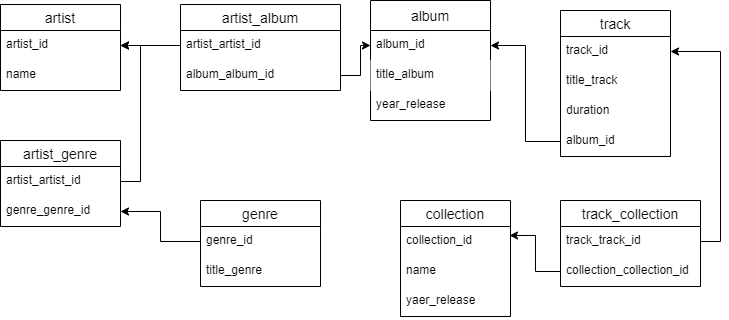
The draw.io diagram Homework3/musik_site.png in yalexeryal/SQL, before a commit. Source tidied: cells renumbered, new cells last; positions are measured from the earlier drawing's top-left corner, leaving out a move shared by most shapes.
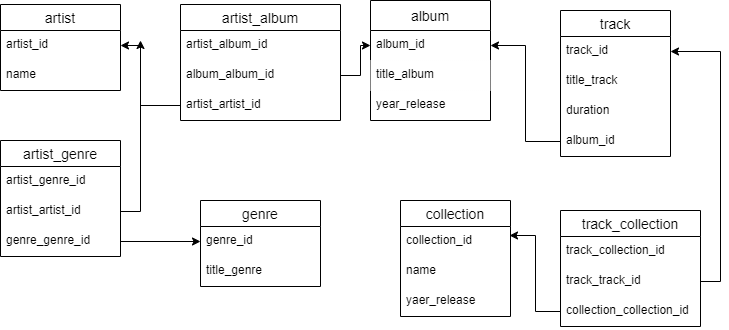
After the commit.

The edit, as a diff of the source:
```diff
@@ -50,29 +50,32 @@
     <mxCell id="17" value="name" style="text;strokeColor=none;fillColor=none;spacingLeft=4;spacingRight=4;overflow=hidden;fontSize=12;" parent="15" vertex="1">
       <mxGeometry y="56" width="120" height="30" as="geometry" />
     </mxCell>
-    <mxCell id="18" style="edgeStyle=orthogonalEdgeStyle;rounded=0;jettySize=auto;html=1;exitX=0;exitY=0.5;exitDx=0;exitDy=0;" parent="1" edge="1" source="20" target="16">
-      <mxGeometry relative="1" as="geometry" />
-    </mxCell>
     <mxCell id="19" value="artist_album" style="swimlane;fontStyle=0;horizontal=1;startSize=26;align=center;fontSize=14;" parent="1" vertex="1">
-      <mxGeometry x="180" y="4" width="160" height="86" as="geometry" />
+      <mxGeometry x="180" y="4" width="160" height="116" as="geometry" />
     </mxCell>
-    <mxCell id="20" value="artist_artist_id&#10;" style="text;strokeColor=none;fillColor=none;spacingLeft=4;spacingRight=4;overflow=hidden;points=[[0,0.5],[1,0.5]];portConstraint=eastwest;fontSize=12;" parent="19" vertex="1">
+    <mxCell id="20" value="artist_album_id" style="text;strokeColor=none;fillColor=none;spacingLeft=4;spacingRight=4;overflow=hidden;points=[[0,0.5],[1,0.5]];portConstraint=eastwest;fontSize=12;" parent="19" vertex="1">
       <mxGeometry y="26" width="160" height="30" as="geometry" />
     </mxCell>
     <mxCell id="21" value="album_album_id" style="text;strokeColor=none;fillColor=none;spacingLeft=4;spacingRight=4;overflow=hidden;points=[[0,0.5],[1,0.5]];portConstraint=eastwest;fontSize=12;" parent="19" vertex="1">
       <mxGeometry y="56" width="160" height="30" as="geometry" />
     </mxCell>
+    <mxCell id="38" value="artist_artist_id&#10;" style="text;strokeColor=none;fillColor=none;spacingLeft=4;spacingRight=4;overflow=hidden;points=[[0,0.5],[1,0.5]];portConstraint=eastwest;fontSize=12;" parent="19" vertex="1">
+      <mxGeometry y="86" width="160" height="30" as="geometry" />
+    </mxCell>
     <mxCell id="22" style="edgeStyle=orthogonalEdgeStyle;rounded=0;jettySize=auto;html=1;exitX=1;exitY=0.5;exitDx=0;exitDy=0;" parent="1" edge="1" source="24" target="16">
       <mxGeometry relative="1" as="geometry" />
     </mxCell>
     <mxCell id="23" value="artist_genre" style="swimlane;fontStyle=0;horizontal=1;startSize=26;align=center;fontSize=14;" parent="1" vertex="1">
-      <mxGeometry y="140" width="120" height="86" as="geometry" />
+      <mxGeometry y="140" width="120" height="116" as="geometry" />
     </mxCell>
+    <mxCell id="39" value="artist_genre_id" style="text;strokeColor=none;fillColor=none;spacingLeft=4;spacingRight=4;overflow=hidden;fontSize=12;" parent="23" vertex="1">
+      <mxGeometry y="26" width="120" height="30" as="geometry" />
+    </mxCell>
     <mxCell id="24" value="artist_artist_id" style="text;strokeColor=none;fillColor=none;spacingLeft=4;spacingRight=4;overflow=hidden;points=[[0,0.5],[1,0.5]];portConstraint=eastwest;fontSize=12;" parent="23" vertex="1">
-      <mxGeometry y="26" width="120" height="30" as="geometry" />
+      <mxGeometry y="56" width="120" height="30" as="geometry" />
     </mxCell>
     <mxCell id="25" value="genre_genre_id" style="text;strokeColor=none;fillColor=none;spacingLeft=4;spacingRight=4;overflow=hidden;points=[[0,0.5],[1,0.5]];portConstraint=eastwest;fontSize=12;" parent="23" vertex="1">
-      <mxGeometry y="56" width="120" height="30" as="geometry" />
+      <mxGeometry y="86" width="120" height="30" as="geometry" />
     </mxCell>
     <mxCell id="26" value="collection" style="swimlane;fontStyle=0;horizontal=1;startSize=26;align=center;fontSize=14;fillColor=#ffffff;gradientColor=#ffffff;" parent="1" vertex="1">
       <mxGeometry x="400" y="200" width="110" height="116" as="geometry" />
@@ -93,13 +96,16 @@
       <mxGeometry relative="1" as="geometry" />
     </mxCell>
     <mxCell id="32" value="track_collection" style="swimlane;fontStyle=0;horizontal=1;startSize=26;align=center;fontSize=14;fillColor=#ffffff;gradientColor=#ffffff;" parent="1" vertex="1">
-      <mxGeometry x="560" y="200" width="140" height="86" as="geometry" />
+      <mxGeometry x="560" y="210" width="140" height="116" as="geometry" />
     </mxCell>
+    <mxCell id="40" value="track_collection_id" style="text;strokeColor=none;fillColor=none;spacingLeft=4;spacingRight=4;overflow=hidden;fontSize=12;" parent="32" vertex="1">
+      <mxGeometry y="26" width="140" height="30" as="geometry" />
+    </mxCell>
     <mxCell id="33" value="track_track_id" style="text;strokeColor=none;fillColor=none;spacingLeft=4;spacingRight=4;overflow=hidden;points=[[0,0.5],[1,0.5]];portConstraint=eastwest;fontSize=12;" parent="32" vertex="1">
-      <mxGeometry y="26" width="140" height="30" as="geometry" />
+      <mxGeometry y="56" width="140" height="30" as="geometry" />
     </mxCell>
     <mxCell id="34" value="collection_collection_id" style="text;strokeColor=none;fillColor=none;spacingLeft=4;spacingRight=4;overflow=hidden;points=[[0,0.5],[1,0.5]];portConstraint=eastwest;fontSize=12;" parent="32" vertex="1">
-      <mxGeometry y="56" width="140" height="30" as="geometry" />
+      <mxGeometry y="86" width="140" height="30" as="geometry" />
     </mxCell>
     <mxCell id="35" style="edgeStyle=orthogonalEdgeStyle;rounded=0;jettySize=auto;html=1;entryX=0.991;entryY=0.3;entryDx=0;entryDy=0;entryPerimeter=0;" parent="1" edge="1" source="34" target="27">
       <mxGeometry relative="1" as="geometry" />
@@ -107,8 +113,13 @@
     <mxCell id="36" style="edgeStyle=orthogonalEdgeStyle;rounded=0;jettySize=auto;html=1;exitX=1;exitY=0.5;exitDx=0;exitDy=0;" parent="1" edge="1" source="33" target="7">
       <mxGeometry relative="1" as="geometry" />
     </mxCell>
-    <mxCell id="37" style="edgeStyle=orthogonalEdgeStyle;rounded=0;jettySize=auto;html=1;exitX=0;exitY=0.5;exitDx=0;exitDy=0;" parent="1" edge="1" source="3" target="25">
-      <mxGeometry relative="1" as="geometry" />
-    </mxCell>
+    <mxCell id="41" style="edgeStyle=orthogonalEdgeStyle;rounded=0;jettySize=auto;html=1;exitX=1;exitY=0.5;exitDx=0;exitDy=0;entryX=0;entryY=0.5;entryDx=0;entryDy=0;" parent="1" edge="1" source="25" target="3">
+      <mxGeometry relative="1" as="geometry" />
+    </mxCell>
+    <mxCell id="42" style="edgeStyle=orthogonalEdgeStyle;rounded=0;jettySize=auto;html=1;" parent="1" edge="1" source="38">
+      <mxGeometry relative="1" as="geometry">
+        <mxPoint x="140" y="40" as="targetPoint" />
+      </mxGeometry>
+    </mxCell>
   </root>
 </mxGraphModel>
```
